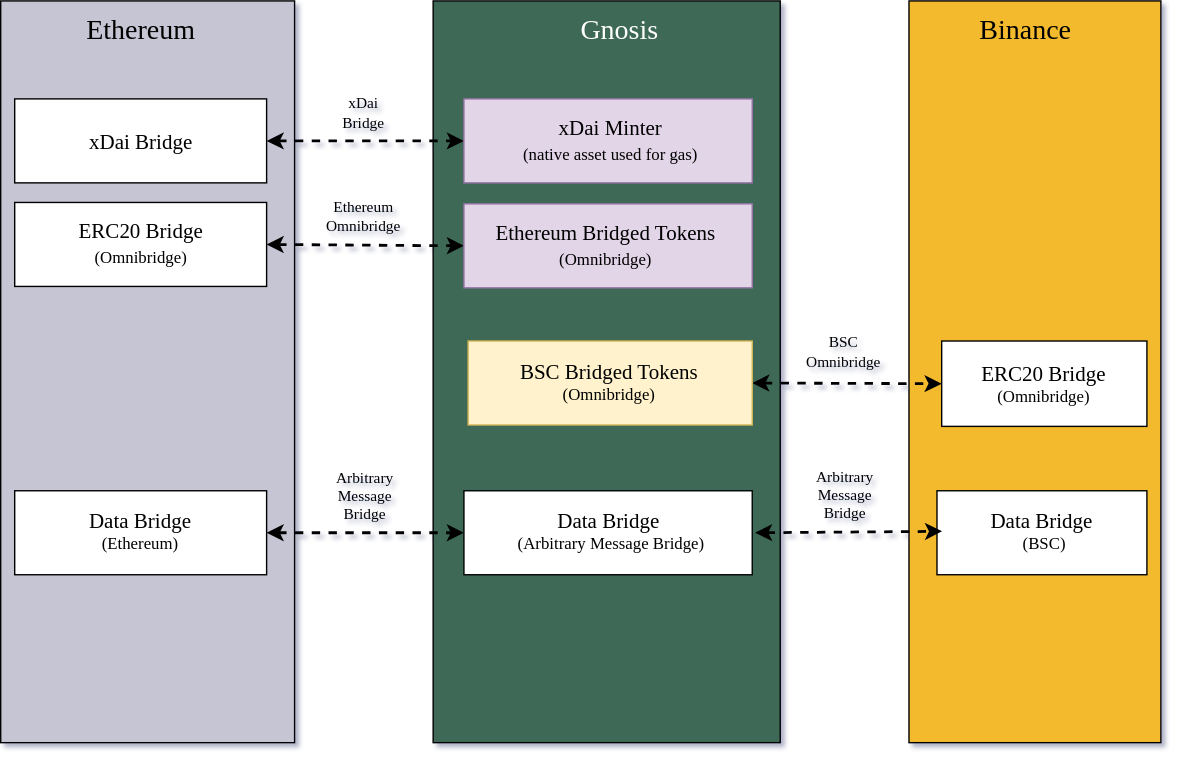
gnosischain/documentation keeps this draw.io diagram as docs/bridges/diagrams/bridge-overview.svg. Above is the earlier version. Source tidied: cells renumbered, new cells last; positions are measured from the earlier drawing's top-left corner, leaving out a move shared by most shapes.
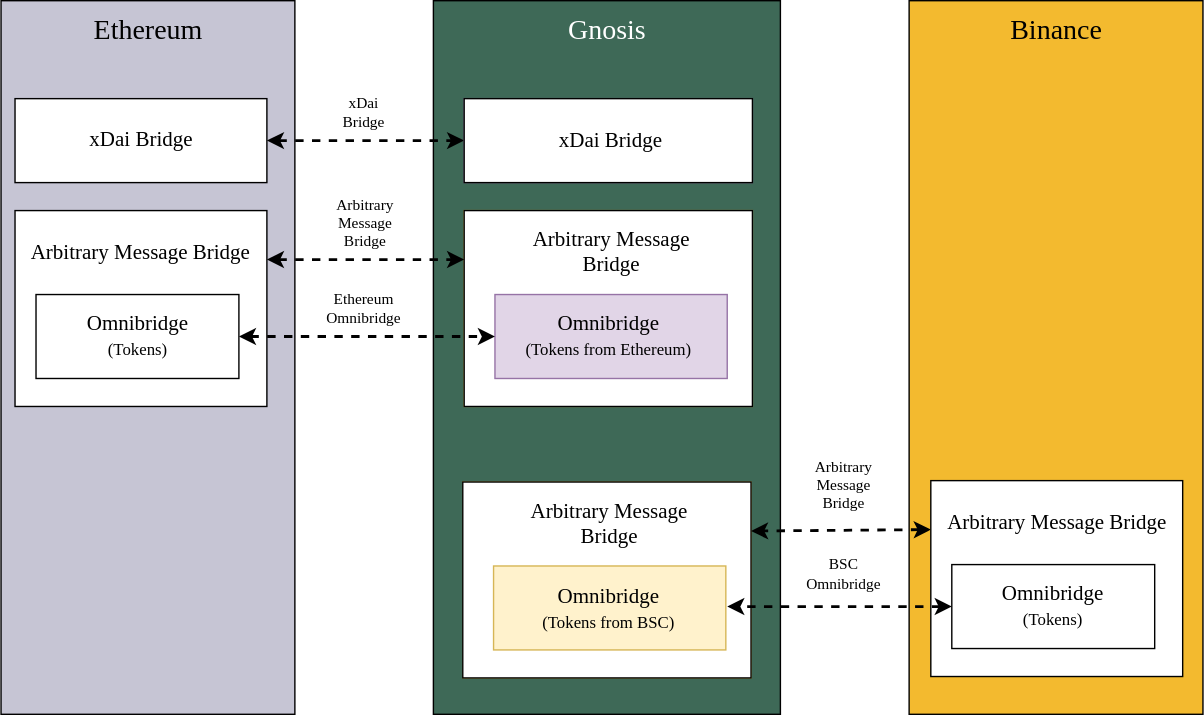
Later version of the same file.

The edit, as a diff of the source:
```diff
@@ -1,122 +1,132 @@
-<mxGraphModel background="#ffffff" shadow="1">
+<mxGraphModel background="#ffffff">
   <root>
     <mxCell id="0" />
     <mxCell id="1" parent="0" />
     <mxCell id="2" style="rounded=0;whiteSpace=wrap;html=1;fontFamily=Comic Sans MS;labelBackgroundColor=#3E6957;fillColor=#3e6957;" parent="1" vertex="1">
-      <mxGeometry x="309" width="248" height="530" as="geometry" />
+      <mxGeometry x="309" width="248" height="510" as="geometry" />
     </mxCell>
+    <mxCell id="30" style="group;fillColor=#fff2cc;strokeColor=#d6b656;" parent="1" vertex="1">
+      <mxGeometry x="331" y="150" width="206" height="140" as="geometry" />
+    </mxCell>
+    <mxCell id="31" style="rounded=0;whiteSpace=wrap;html=1;fontFamily=Comic Sans MS;" parent="30" vertex="1">
+      <mxGeometry width="206" height="140" as="geometry" />
+    </mxCell>
+    <mxCell id="32" value="&lt;span style=&quot;font-size: 15px&quot;&gt;Arbitrary Message &lt;br&gt;Bridge&lt;/span&gt;" style="text;html=1;strokeColor=none;fillColor=none;align=center;verticalAlign=middle;whiteSpace=wrap;rounded=0;fontFamily=Comic Sans MS;" parent="30" vertex="1">
+      <mxGeometry x="5" y="-6" width="201" height="70" as="geometry" />
+    </mxCell>
     <mxCell id="3" style="rounded=0;whiteSpace=wrap;html=1;fontFamily=Comic Sans MS;fontColor=none;noLabel=1;labelBackgroundColor=none;fillColor=#c6c5d4;" parent="1" vertex="1">
-      <mxGeometry width="210" height="530" as="geometry" />
+      <mxGeometry width="210" height="510" as="geometry" />
     </mxCell>
     <mxCell id="4" value="Ethereum" style="text;html=1;strokeColor=none;fillColor=none;align=center;verticalAlign=middle;whiteSpace=wrap;rounded=0;fontFamily=Comic Sans MS;fontSize=20;" parent="1" vertex="1">
-      <mxGeometry x="32.5" width="135" height="40" as="geometry" />
+      <mxGeometry x="37.5" width="135" height="40" as="geometry" />
     </mxCell>
     <mxCell id="5" value="Gnosis" style="text;html=1;strokeColor=none;fillColor=none;align=center;verticalAlign=middle;whiteSpace=wrap;rounded=0;fontFamily=Comic Sans MS;fontSize=20;fontColor=#FFFFFF;" parent="1" vertex="1">
-      <mxGeometry x="374.5" width="135" height="40" as="geometry" />
+      <mxGeometry x="365.5" width="135" height="40" as="geometry" />
     </mxCell>
     <mxCell id="6" style="rounded=0;whiteSpace=wrap;html=1;fontFamily=Comic Sans MS;labelBackgroundColor=#3E6957;fillColor=#F3BA2F;" parent="1" vertex="1">
-      <mxGeometry x="649" width="180" height="530" as="geometry" />
+      <mxGeometry x="649" width="210" height="510" as="geometry" />
     </mxCell>
     <mxCell id="7" value="&lt;font color=&quot;#000000&quot;&gt;Binance&lt;/font&gt;" style="text;html=1;strokeColor=none;fillColor=none;align=center;verticalAlign=middle;whiteSpace=wrap;rounded=0;fontFamily=Comic Sans MS;fontSize=20;fontColor=#FFFFFF;" parent="1" vertex="1">
-      <mxGeometry x="664.5" width="135" height="40" as="geometry" />
+      <mxGeometry x="686.5" width="135" height="40" as="geometry" />
     </mxCell>
-    <mxCell id="8" value="Arbitrary&lt;br&gt;Message&lt;br&gt;Bridge" style="endArrow=classic;startArrow=classic;html=1;fontFamily=Comic Sans MS;entryX=0;entryY=0.5;entryDx=0;entryDy=0;exitX=1;exitY=0.5;exitDx=0;exitDy=0;dashed=1;strokeWidth=2;labelBackgroundColor=none;" parent="1" edge="1" source="18" target="31">
+    <mxCell id="8" value="Arbitrary&lt;br&gt;Message&lt;br&gt;Bridge" style="endArrow=classic;startArrow=classic;html=1;fontFamily=Comic Sans MS;entryX=0;entryY=0.25;entryDx=0;entryDy=0;exitX=1;exitY=0.25;exitDx=0;exitDy=0;dashed=1;strokeWidth=2;labelBackgroundColor=none;" parent="1" edge="1" source="18" target="31">
       <mxGeometry x="-0.01" y="26" relative="1" as="geometry" />
     </mxCell>
-    <mxCell id="9" value="Ethereum&lt;br&gt;Omnibridge" style="endArrow=classic;startArrow=classic;html=1;fontFamily=Comic Sans MS;entryX=0;entryY=0.5;entryDx=0;entryDy=0;exitX=1;exitY=0.5;exitDx=0;exitDy=0;dashed=1;strokeWidth=2;labelBackgroundColor=none;" parent="1" edge="1" source="15" target="24">
-      <mxGeometry x="-0.02" y="20" relative="1" as="geometry" />
-    </mxCell>
     <mxCell id="10" value="xDai &lt;br&gt;Bridge" style="endArrow=classic;startArrow=classic;html=1;fontFamily=Comic Sans MS;entryX=0;entryY=0.5;entryDx=0;entryDy=0;exitX=1;exitY=0.5;exitDx=0;exitDy=0;dashed=1;strokeWidth=2;labelBackgroundColor=none;" parent="1" edge="1" source="12" target="21">
       <mxGeometry x="-0.02" y="20" relative="1" as="geometry" />
     </mxCell>
     <mxCell id="11" style="group;" parent="1" vertex="1">
-      <mxGeometry x="10" y="70" width="180" height="60" as="geometry" />
+      <mxGeometry x="10" y="70" width="180" height="70" as="geometry" />
     </mxCell>
     <mxCell id="12" style="rounded=0;whiteSpace=wrap;html=1;fontFamily=Comic Sans MS;" parent="11" vertex="1">
       <mxGeometry width="180" height="60" as="geometry" />
     </mxCell>
     <mxCell id="13" value="xDai Bridge" style="text;html=1;strokeColor=none;fillColor=none;align=center;verticalAlign=middle;whiteSpace=wrap;rounded=0;fontFamily=Comic Sans MS;fontSize=15;" parent="11" vertex="1">
-      <mxGeometry x="10.6" y="15" width="158.8" height="30" as="geometry" />
+      <mxGeometry x="10.6" y="13" width="158.8" height="30" as="geometry" />
     </mxCell>
+    <mxCell id="17" style="group;verticalAlign=top;horizontal=1;" parent="1" vertex="1">
+      <mxGeometry x="10" y="150" width="180" height="140" as="geometry" />
+    </mxCell>
+    <mxCell id="18" style="rounded=0;whiteSpace=wrap;html=1;fontFamily=Comic Sans MS;" parent="17" vertex="1">
+      <mxGeometry width="180" height="140" as="geometry" />
+    </mxCell>
+    <mxCell id="19" value="&lt;span style=&quot;font-size: 15px&quot;&gt;Arbitrary Message Bridge&lt;/span&gt;" style="text;html=1;strokeColor=none;fillColor=none;align=center;verticalAlign=middle;whiteSpace=wrap;rounded=0;fontFamily=Comic Sans MS;" parent="17" vertex="1">
+      <mxGeometry x="10" y="10" width="160" height="37.3" as="geometry" />
+    </mxCell>
-    <mxCell id="14" style="group;" parent="1" vertex="1">
-      <mxGeometry x="10" y="144" width="180" height="60" as="geometry" />
+    <mxCell id="14" style="group;" parent="17" vertex="1">
+      <mxGeometry x="15" y="60" width="145" height="60" as="geometry" />
     </mxCell>
     <mxCell id="15" style="rounded=0;whiteSpace=wrap;html=1;fontFamily=Comic Sans MS;" parent="14" vertex="1">
-      <mxGeometry width="180" height="60" as="geometry" />
+      <mxGeometry width="145" height="60" as="geometry" />
     </mxCell>
-    <mxCell id="16" value="ERC20 Bridge &lt;br&gt;&lt;font style=&quot;font-size: 12px&quot;&gt;(Omnibridge)&lt;/font&gt;" style="text;html=1;strokeColor=none;fillColor=none;align=center;verticalAlign=middle;whiteSpace=wrap;rounded=0;fontFamily=Comic Sans MS;fontSize=15;" parent="14" vertex="1">
-      <mxGeometry x="10.6" y="14" width="158.8" height="30" as="geometry" />
+    <mxCell id="16" value="Omnibridge&lt;br&gt;&lt;font style=&quot;font-size: 12px&quot;&gt;(Tokens)&lt;/font&gt;" style="text;html=1;strokeColor=none;fillColor=none;align=center;verticalAlign=middle;whiteSpace=wrap;rounded=0;fontFamily=Comic Sans MS;fontSize=15;" parent="14" vertex="1">
+      <mxGeometry x="8.5" y="14" width="127.9" height="30" as="geometry" />
     </mxCell>
-    <mxCell id="17" style="group;" parent="1" vertex="1">
-      <mxGeometry x="10" y="350" width="180" height="60" as="geometry" />
-    </mxCell>
-    <mxCell id="18" style="rounded=0;whiteSpace=wrap;html=1;fontFamily=Comic Sans MS;" parent="17" vertex="1">
-      <mxGeometry width="180" height="60" as="geometry" />
-    </mxCell>
-    <mxCell id="19" value="&lt;span style=&quot;font-size: 15px&quot;&gt;Data Bridge&lt;br&gt;&lt;/span&gt;(Ethereum)" style="text;html=1;strokeColor=none;fillColor=none;align=center;verticalAlign=middle;whiteSpace=wrap;rounded=0;fontFamily=Comic Sans MS;" parent="17" vertex="1">
-      <mxGeometry x="10" y="14" width="160" height="30" as="geometry" />
-    </mxCell>
-    <mxCell id="20" style="group;" parent="1" vertex="1">
+    <mxCell id="20" style="group;fillColor=#e1d5e7;strokeColor=#9673a6;" parent="1" vertex="1">
       <mxGeometry x="331" y="70" width="206" height="60" as="geometry" />
     </mxCell>
-    <mxCell id="21" style="rounded=0;whiteSpace=wrap;html=1;fontFamily=Comic Sans MS;fillColor=#e1d5e7;strokeColor=#9673a6;" parent="20" vertex="1">
+    <mxCell id="21" style="rounded=0;whiteSpace=wrap;html=1;fontFamily=Comic Sans MS;" parent="20" vertex="1">
       <mxGeometry width="206" height="60" as="geometry" />
     </mxCell>
-    <mxCell id="22" value="xDai Minter &lt;br&gt;&lt;font style=&quot;font-size: 12px&quot;&gt;(native asset used for gas)&lt;/font&gt;" style="text;html=1;strokeColor=none;fillColor=none;align=center;verticalAlign=middle;whiteSpace=wrap;rounded=0;fontFamily=Comic Sans MS;fontSize=15;" parent="20" vertex="1">
+    <mxCell id="22" value="xDai Bridge" style="text;html=1;strokeColor=none;fillColor=none;align=center;verticalAlign=middle;whiteSpace=wrap;rounded=0;fontFamily=Comic Sans MS;fontSize=15;" parent="20" vertex="1">
       <mxGeometry x="13.4" y="14" width="184.2" height="30" as="geometry" />
     </mxCell>
     <mxCell id="23" style="group;" parent="1" vertex="1">
-      <mxGeometry x="331" y="145" width="206" height="60" as="geometry" />
+      <mxGeometry x="353" y="210" width="166" height="60" as="geometry" />
     </mxCell>
     <mxCell id="24" style="rounded=0;whiteSpace=wrap;html=1;fontFamily=Comic Sans MS;fillColor=#e1d5e7;strokeColor=#9673a6;" parent="23" vertex="1">
-      <mxGeometry width="206" height="60" as="geometry" />
+      <mxGeometry width="166" height="60" as="geometry" />
     </mxCell>
-    <mxCell id="25" value="Ethereum Bridged Tokens&lt;br&gt;&lt;font style=&quot;font-size: 12px&quot;&gt;(Omnibridge)&lt;/font&gt;" style="text;html=1;strokeColor=none;fillColor=none;align=center;verticalAlign=middle;whiteSpace=wrap;rounded=0;fontFamily=Comic Sans MS;fontSize=15;" parent="23" vertex="1">
-      <mxGeometry x="5" y="14" width="192.6" height="30" as="geometry" />
+    <mxCell id="25" value="Omnibridge&lt;br&gt;&lt;font style=&quot;font-size: 12px&quot;&gt;(Tokens from Ethereum)&lt;/font&gt;" style="text;html=1;strokeColor=none;fillColor=none;align=center;verticalAlign=middle;whiteSpace=wrap;rounded=0;fontFamily=Comic Sans MS;fontSize=15;" parent="23" vertex="1">
+      <mxGeometry x="4" y="14" width="155.2" height="30" as="geometry" />
     </mxCell>
+    <mxCell id="9" value="Ethereum&lt;br&gt;Omnibridge" style="endArrow=classic;startArrow=classic;html=1;fontFamily=Comic Sans MS;entryX=0;entryY=0.5;entryDx=0;entryDy=0;exitX=1;exitY=0.5;exitDx=0;exitDy=0;dashed=1;strokeWidth=2;labelBackgroundColor=none;" parent="1" edge="1" source="15" target="24">
+      <mxGeometry x="-0.02" y="20" relative="1" as="geometry" />
+    </mxCell>
+    <mxCell id="40" style="group;fillColor=#fff2cc;strokeColor=#d6b656;" parent="1" vertex="1">
+      <mxGeometry x="330" y="344" width="206" height="140" as="geometry" />
+    </mxCell>
+    <mxCell id="41" style="rounded=0;whiteSpace=wrap;html=1;fontFamily=Comic Sans MS;" parent="40" vertex="1">
+      <mxGeometry width="206" height="140" as="geometry" />
+    </mxCell>
+    <mxCell id="42" value="&lt;span style=&quot;font-size: 15px&quot;&gt;Arbitrary Message &lt;br&gt;Bridge&lt;/span&gt;" style="text;html=1;strokeColor=none;fillColor=none;align=center;verticalAlign=middle;whiteSpace=wrap;rounded=0;fontFamily=Comic Sans MS;" parent="40" vertex="1">
+      <mxGeometry x="20" y="2" width="170" height="54" as="geometry" />
+    </mxCell>
+    <mxCell id="43" value="Arbitrary&lt;br&gt;Message&lt;br&gt;Bridge" style="endArrow=classic;startArrow=classic;html=1;fontFamily=Comic Sans MS;exitX=0;exitY=0.25;exitDx=0;exitDy=0;dashed=1;strokeWidth=2;labelBackgroundColor=none;entryX=1;entryY=0.25;entryDx=0;entryDy=0;" parent="1" edge="1" source="45" target="41">
+      <mxGeometry x="-0.03" y="-32" relative="1" as="geometry" />
+    </mxCell>
+    <mxCell id="44" style="group;verticalAlign=top;horizontal=1;" parent="1" vertex="1">
+      <mxGeometry x="664.5" y="343" width="180" height="140" as="geometry" />
+    </mxCell>
+    <mxCell id="45" style="rounded=0;whiteSpace=wrap;html=1;fontFamily=Comic Sans MS;" parent="44" vertex="1">
+      <mxGeometry width="180" height="140" as="geometry" />
+    </mxCell>
+    <mxCell id="46" value="&lt;span style=&quot;font-size: 15px&quot;&gt;Arbitrary Message Bridge&lt;/span&gt;" style="text;html=1;strokeColor=none;fillColor=none;align=center;verticalAlign=middle;whiteSpace=wrap;rounded=0;fontFamily=Comic Sans MS;" parent="44" vertex="1">
+      <mxGeometry x="10" y="10" width="160" height="37.3" as="geometry" />
+    </mxCell>
+    <mxCell id="47" style="group;" parent="44" vertex="1">
+      <mxGeometry x="15" y="60" width="145" height="60" as="geometry" />
+    </mxCell>
+    <mxCell id="48" style="rounded=0;whiteSpace=wrap;html=1;fontFamily=Comic Sans MS;" parent="47" vertex="1">
+      <mxGeometry width="145" height="60" as="geometry" />
+    </mxCell>
+    <mxCell id="49" value="Omnibridge&lt;br&gt;&lt;font style=&quot;font-size: 12px&quot;&gt;(Tokens)&lt;/font&gt;" style="text;html=1;strokeColor=none;fillColor=none;align=center;verticalAlign=middle;whiteSpace=wrap;rounded=0;fontFamily=Comic Sans MS;fontSize=15;" parent="47" vertex="1">
+      <mxGeometry x="8.5" y="14" width="127.9" height="30" as="geometry" />
+    </mxCell>
+    <mxCell id="50" style="group;" parent="1" vertex="1">
+      <mxGeometry x="352" y="423" width="166" height="60" as="geometry" />
+    </mxCell>
+    <mxCell id="51" style="rounded=0;whiteSpace=wrap;html=1;fontFamily=Comic Sans MS;fillColor=#fff2cc;strokeColor=#d6b656;" parent="50" vertex="1">
+      <mxGeometry y="-19" width="166" height="60" as="geometry" />
+    </mxCell>
+    <mxCell id="52" value="Omnibridge&lt;br&gt;&lt;font style=&quot;font-size: 12px&quot;&gt;(Tokens from BSC)&lt;/font&gt;" style="text;html=1;strokeColor=none;fillColor=none;align=center;verticalAlign=middle;whiteSpace=wrap;rounded=0;fontFamily=Comic Sans MS;fontSize=15;" parent="50" vertex="1">
+      <mxGeometry x="5.4" y="-4" width="155.2" height="30" as="geometry" />
+    </mxCell>
-    <mxCell id="26" value="BSC&lt;br&gt;Omnibridge" style="endArrow=classic;startArrow=classic;html=1;fontFamily=Comic Sans MS;entryX=0;entryY=0.5;entryDx=0;entryDy=0;exitX=1;exitY=0.5;exitDx=0;exitDy=0;strokeWidth=2;dashed=1;labelBackgroundColor=none;" parent="1" edge="1" source="28" target="34">
-      <mxGeometry x="-0.04" y="22" relative="1" as="geometry" />
+    <mxCell id="26" value="BSC&lt;br&gt;Omnibridge" style="endArrow=classic;startArrow=classic;html=1;fontFamily=Comic Sans MS;exitX=0;exitY=0.5;exitDx=0;exitDy=0;dashed=1;strokeWidth=2;labelBackgroundColor=none;" parent="1" edge="1" source="48">
+      <mxGeometry x="-0.02" y="-23" relative="1" as="geometry">
+        <mxPoint x="519" y="433" as="targetPoint" />
+        <mxPoint x="1" as="offset" />
+      </mxGeometry>
     </mxCell>
-    <mxCell id="27" style="group;" parent="1" vertex="1">
-      <mxGeometry x="334" y="243" width="203" height="60" as="geometry" />
-    </mxCell>
-    <mxCell id="28" style="rounded=0;whiteSpace=wrap;html=1;fontFamily=Comic Sans MS;fillColor=#fff2cc;strokeColor=#d6b656;" parent="27" vertex="1">
-      <mxGeometry width="203" height="60" as="geometry" />
-    </mxCell>
-    <mxCell id="29" value="&lt;font&gt;&lt;span style=&quot;font-size: 15px&quot;&gt;BSC Bridged Tokens&lt;/span&gt;&lt;br&gt;&lt;font style=&quot;font-size: 12px&quot;&gt;(Omnibridge)&lt;/font&gt;&lt;br&gt;&lt;/font&gt;" style="text;html=1;strokeColor=none;fillColor=none;align=center;verticalAlign=middle;whiteSpace=wrap;rounded=0;fontFamily=Comic Sans MS;" parent="27" vertex="1">
-      <mxGeometry x="8.5" y="15" width="186.1" height="30" as="geometry" />
-    </mxCell>
-    <mxCell id="30" style="group;" parent="1" vertex="1">
-      <mxGeometry x="331" y="350" width="206" height="60" as="geometry" />
-    </mxCell>
-    <mxCell id="31" style="rounded=0;whiteSpace=wrap;html=1;fontFamily=Comic Sans MS;" parent="30" vertex="1">
-      <mxGeometry width="206" height="60" as="geometry" />
-    </mxCell>
-    <mxCell id="32" value="&lt;span style=&quot;font-size: 15px&quot;&gt;Data Bridge&amp;nbsp;&lt;br&gt;&lt;/span&gt;(Arbitrary Message Bridge)" style="text;html=1;strokeColor=none;fillColor=none;align=center;verticalAlign=middle;whiteSpace=wrap;rounded=0;fontFamily=Comic Sans MS;" parent="30" vertex="1">
-      <mxGeometry x="5" y="14" width="201" height="30" as="geometry" />
-    </mxCell>
-    <mxCell id="33" style="group;" parent="1" vertex="1">
-      <mxGeometry x="672.4" y="243" width="146.6" height="61" as="geometry" />
-    </mxCell>
-    <mxCell id="34" style="rounded=0;whiteSpace=wrap;html=1;fontFamily=Comic Sans MS;" parent="33" vertex="1">
-      <mxGeometry width="146.6" height="61" as="geometry" />
-    </mxCell>
-    <mxCell id="35" value="&lt;font&gt;&lt;span style=&quot;font-size: 15px&quot;&gt;ERC20 Bridge&lt;/span&gt;&lt;br&gt;&lt;font style=&quot;font-size: 12px&quot;&gt;(Omnibridge)&lt;/font&gt;&lt;br&gt;&lt;/font&gt;" style="text;html=1;strokeColor=none;fillColor=none;align=center;verticalAlign=middle;whiteSpace=wrap;rounded=0;fontFamily=Comic Sans MS;" parent="33" vertex="1">
-      <mxGeometry x="4.8" y="15.2" width="137.1" height="30.5" as="geometry" />
-    </mxCell>
-    <mxCell id="36" style="group;" parent="1" vertex="1">
-      <mxGeometry x="669" y="350" width="150" height="60" as="geometry" />
-    </mxCell>
-    <mxCell id="37" style="rounded=0;whiteSpace=wrap;html=1;fontFamily=Comic Sans MS;" parent="36" vertex="1">
-      <mxGeometry width="150" height="60" as="geometry" />
-    </mxCell>
-    <mxCell id="38" value="&lt;span style=&quot;font-size: 15px&quot;&gt;Data Bridge&amp;nbsp;&lt;br&gt;&lt;/span&gt;(BSC)" style="text;html=1;strokeColor=none;fillColor=none;align=center;verticalAlign=middle;whiteSpace=wrap;rounded=0;fontFamily=Comic Sans MS;" parent="36" vertex="1">
-      <mxGeometry x="3.7" y="14" width="146.3" height="30" as="geometry" />
-    </mxCell>
-    <mxCell id="39" value="Arbitrary&lt;br&gt;Message&lt;br&gt;Bridge" style="endArrow=classic;startArrow=classic;html=1;fontFamily=Comic Sans MS;dashed=1;strokeWidth=2;entryX=0;entryY=0.5;entryDx=0;entryDy=0;labelBackgroundColor=none;" parent="1" edge="1" target="38">
-      <mxGeometry x="-0.04" y="27" relative="1" as="geometry">
-        <mxPoint x="539" y="380" as="sourcePoint" />
-      </mxGeometry>
-    </mxCell>
   </root>
 </mxGraphModel>
```
